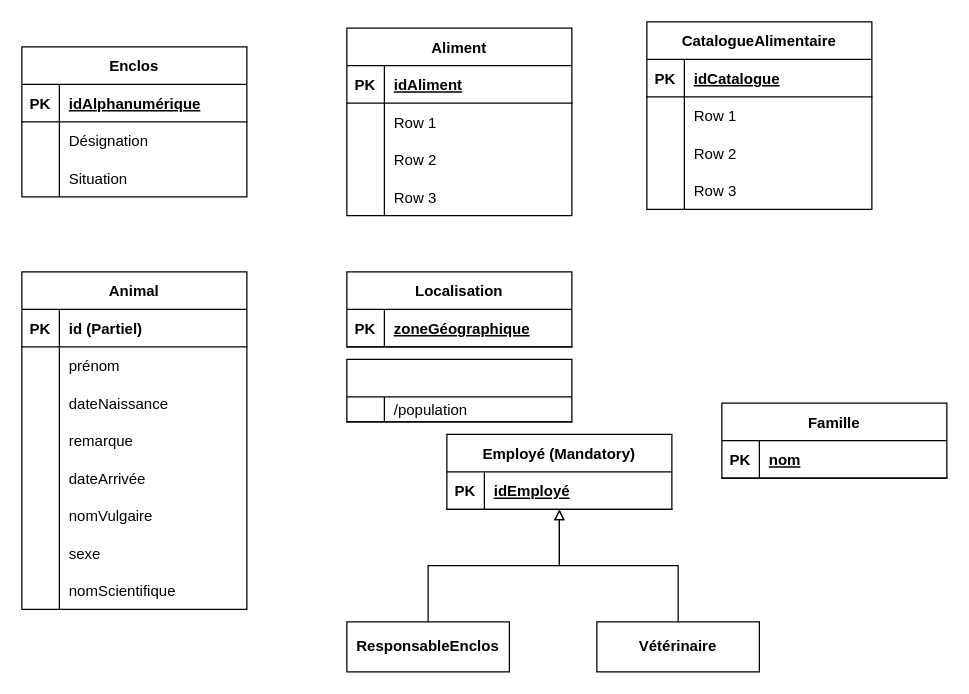
The draw.io diagram Untitled Diagram.drawio in R0ma01/R0ma01, before the edit. Source tidied: cells renumbered, new cells numbered last; positions are measured from the earlier drawing's top-left corner, leaving out a move shared by most shapes. Both pictures are drawn from the tidied source at 125%, with x=0, y=0 at pixel (21, 21).
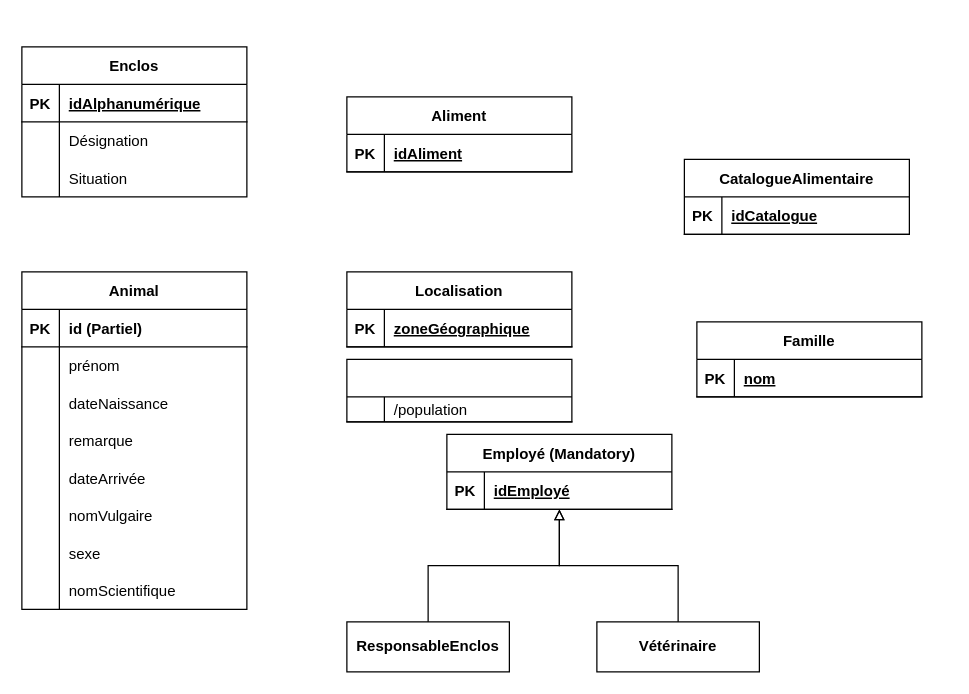
Above is the later version.

Change to the diagram source:
```diff
@@
     <mxCell id="37" value="Aliment" style="shape=table;startSize=30;childLayout=tableLayout;rowLines=0;fontStyle=1;align=center;" parent="1" vertex="1">
-      <mxGeometry x="260" y="5" width="180" height="150" as="geometry" />
+      <mxGeometry x="260" y="60" width="180" height="60" as="geometry" />
     </mxCell>
@@
-    <mxCell id="41" style="shape=tableRow;horizontal=0;startSize=0;swimlaneHead=0;swimlaneBody=0;fillColor=none;top=0;left=0;right=0;bottom=0;" parent="37" vertex="1">
-      <mxGeometry y="60" width="180" height="30" as="geometry" />
-    </mxCell>
-    <mxCell id="42" style="shape=partialRectangle;fillColor=none;top=0;left=0;bottom=0;right=0;overflow=hidden;" parent="41" vertex="1">
-      <mxGeometry width="30" height="30" as="geometry" />
-    </mxCell>
-    <mxCell id="43" value="Row 1" style="shape=partialRectangle;fillColor=none;top=0;left=0;bottom=0;right=0;align=left;spacingLeft=6;overflow=hidden;" parent="41" vertex="1">
-      <mxGeometry x="30" width="150" height="30" as="geometry" />
-    </mxCell>
-    <mxCell id="44" style="shape=tableRow;horizontal=0;startSize=0;swimlaneHead=0;swimlaneBody=0;fillColor=none;top=0;left=0;right=0;bottom=0;" parent="37" vertex="1">
-      <mxGeometry y="90" width="180" height="30" as="geometry" />
-    </mxCell>
-    <mxCell id="45" style="shape=partialRectangle;fillColor=none;top=0;left=0;bottom=0;right=0;overflow=hidden;" parent="44" vertex="1">
-      <mxGeometry width="30" height="30" as="geometry" />
-    </mxCell>
-    <mxCell id="46" value="Row 2" style="shape=partialRectangle;fillColor=none;top=0;left=0;bottom=0;right=0;align=left;spacingLeft=6;overflow=hidden;" parent="44" vertex="1">
-      <mxGeometry x="30" width="150" height="30" as="geometry" />
-    </mxCell>
-    <mxCell id="47" style="shape=tableRow;horizontal=0;startSize=0;swimlaneHead=0;swimlaneBody=0;fillColor=none;top=0;left=0;right=0;bottom=0;" parent="37" vertex="1">
-      <mxGeometry y="120" width="180" height="30" as="geometry" />
-    </mxCell>
-    <mxCell id="48" style="shape=partialRectangle;fillColor=none;top=0;left=0;bottom=0;right=0;overflow=hidden;" parent="47" vertex="1">
-      <mxGeometry width="30" height="30" as="geometry" />
-    </mxCell>
-    <mxCell id="49" value="Row 3" style="shape=partialRectangle;fillColor=none;top=0;left=0;bottom=0;right=0;align=left;spacingLeft=6;overflow=hidden;" parent="47" vertex="1">
-      <mxGeometry x="30" width="150" height="30" as="geometry" />
-    </mxCell>
@@
     <mxCell id="60" value="Famille" style="shape=table;startSize=30;childLayout=tableLayout;rowLines=0;fontStyle=1;align=center;" parent="1" vertex="1">
-      <mxGeometry x="560" y="305" width="180" height="60" as="geometry" />
+      <mxGeometry x="540" y="240" width="180" height="60" as="geometry" />
     </mxCell>
@@
     <mxCell id="70" value="CatalogueAlimentaire" style="shape=table;startSize=30;childLayout=tableLayout;rowLines=0;fontStyle=1;align=center;" parent="1" vertex="1">
-      <mxGeometry x="500" width="180" height="150" as="geometry" />
+      <mxGeometry x="530" y="110" width="180" height="60" as="geometry" />
     </mxCell>
@@
-    <mxCell id="74" style="shape=tableRow;horizontal=0;startSize=0;swimlaneHead=0;swimlaneBody=0;fillColor=none;top=0;left=0;right=0;bottom=0;" parent="70" vertex="1">
-      <mxGeometry y="60" width="180" height="30" as="geometry" />
-    </mxCell>
-    <mxCell id="75" style="shape=partialRectangle;fillColor=none;top=0;left=0;bottom=0;right=0;overflow=hidden;" parent="74" vertex="1">
-      <mxGeometry width="30" height="30" as="geometry" />
-    </mxCell>
-    <mxCell id="76" value="Row 1" style="shape=partialRectangle;fillColor=none;top=0;left=0;bottom=0;right=0;align=left;spacingLeft=6;overflow=hidden;" parent="74" vertex="1">
-      <mxGeometry x="30" width="150" height="30" as="geometry" />
-    </mxCell>
-    <mxCell id="77" style="shape=tableRow;horizontal=0;startSize=0;swimlaneHead=0;swimlaneBody=0;fillColor=none;top=0;left=0;right=0;bottom=0;" parent="70" vertex="1">
-      <mxGeometry y="90" width="180" height="30" as="geometry" />
-    </mxCell>
-    <mxCell id="78" style="shape=partialRectangle;fillColor=none;top=0;left=0;bottom=0;right=0;overflow=hidden;" parent="77" vertex="1">
-      <mxGeometry width="30" height="30" as="geometry" />
-    </mxCell>
-    <mxCell id="79" value="Row 2" style="shape=partialRectangle;fillColor=none;top=0;left=0;bottom=0;right=0;align=left;spacingLeft=6;overflow=hidden;" parent="77" vertex="1">
-      <mxGeometry x="30" width="150" height="30" as="geometry" />
-    </mxCell>
-    <mxCell id="80" style="shape=tableRow;horizontal=0;startSize=0;swimlaneHead=0;swimlaneBody=0;fillColor=none;top=0;left=0;right=0;bottom=0;" parent="70" vertex="1">
-      <mxGeometry y="120" width="180" height="30" as="geometry" />
-    </mxCell>
-    <mxCell id="81" style="shape=partialRectangle;fillColor=none;top=0;left=0;bottom=0;right=0;overflow=hidden;" parent="80" vertex="1">
-      <mxGeometry width="30" height="30" as="geometry" />
-    </mxCell>
-    <mxCell id="82" value="Row 3" style="shape=partialRectangle;fillColor=none;top=0;left=0;bottom=0;right=0;align=left;spacingLeft=6;overflow=hidden;" parent="80" vertex="1">
-      <mxGeometry x="30" width="150" height="30" as="geometry" />
-    </mxCell>
```
